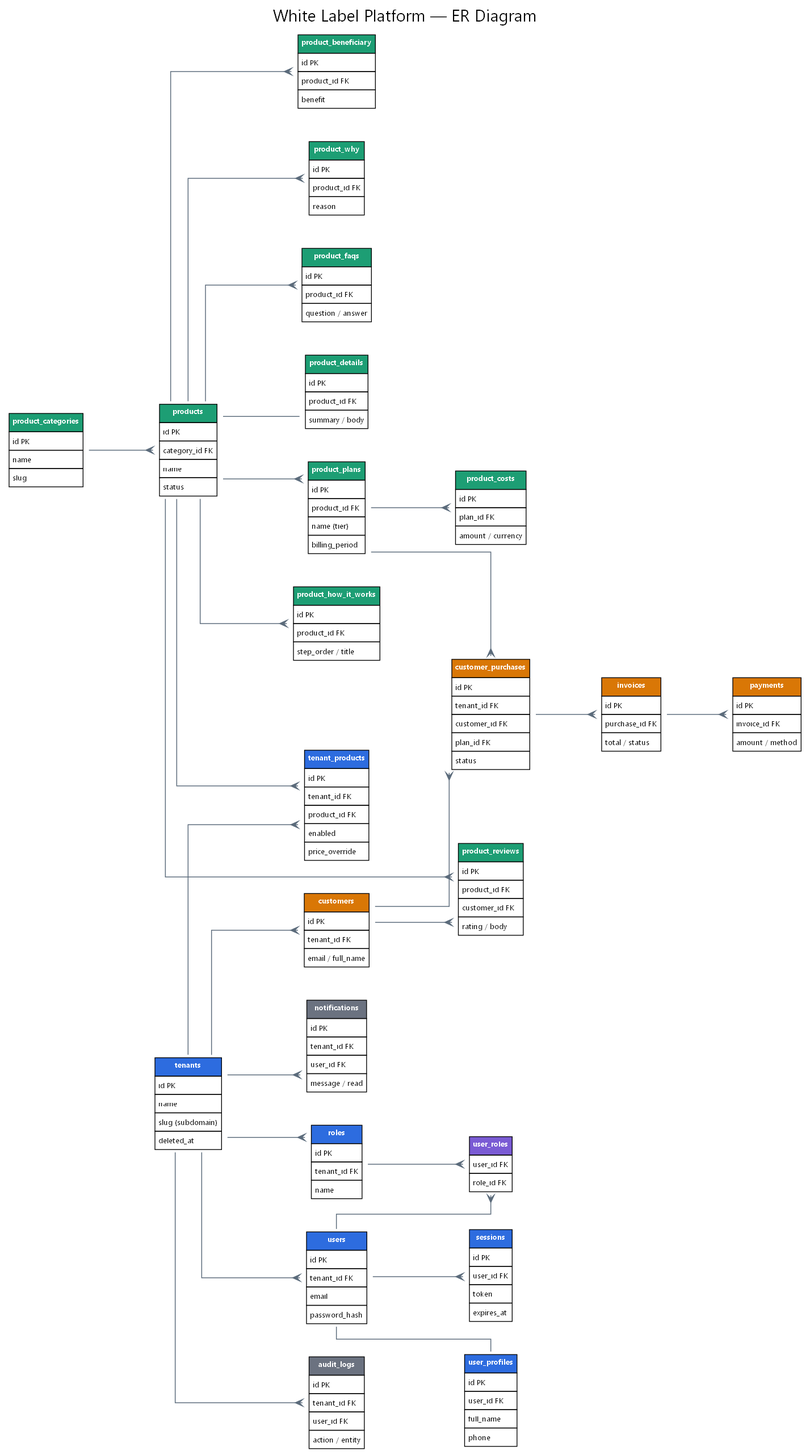
osmanajedrin/white-label-platform keeps this Graphviz diagram as er_diagram.png. Above is the earlier version. Its source is kept beside it as er_diagram.dot. Source of this version:
```dot
digraph ER {
    graph [rankdir=LR, splines=ortho, nodesep=0.5, ranksep=1.1, bgcolor="white", fontname="Segoe UI", label="White Label Platform — ER Diagram", labelloc="t", fontsize=22];
    node  [shape=plaintext, fontname="Segoe UI", fontsize=10];
    edge  [color="#5b6b7b", arrowhead=crow, arrowtail=none, dir=both, penwidth=1.1];

    /* ---------------- ENTITIES ---------------- */
    tenants [label=<
      <table border="0" cellborder="1" cellspacing="0" cellpadding="4" bgcolor="white">
      <tr><td bgcolor="#2d6cdf" align="center"><font color="white"><b>tenants</b></font></td></tr>
      <tr><td align="left">id PK</td></tr>
      <tr><td align="left">name</td></tr>
      <tr><td align="left">slug (subdomain)</td></tr>
      <tr><td align="left">deleted_at</td></tr></table>>];

    tenant_products [label=<
      <table border="0" cellborder="1" cellspacing="0" cellpadding="4" bgcolor="white">
      <tr><td bgcolor="#2d6cdf" align="center"><font color="white"><b>tenant_products</b></font></td></tr>
      <tr><td align="left">id PK</td></tr>
      <tr><td align="left">tenant_id FK</td></tr>
      <tr><td align="left">product_id FK</td></tr>
      <tr><td align="left">enabled</td></tr>
      <tr><td align="left">price_override</td></tr></table>>];

    users [label=<
      <table border="0" cellborder="1" cellspacing="0" cellpadding="4" bgcolor="white">
      <tr><td bgcolor="#2d6cdf" align="center"><font color="white"><b>users</b></font></td></tr>
      <tr><td align="left">id PK</td></tr>
      <tr><td align="left">tenant_id FK</td></tr>
      <tr><td align="left">email</td></tr>
      <tr><td align="left">password_hash</td></tr></table>>];

    user_profiles [label=<
      <table border="0" cellborder="1" cellspacing="0" cellpadding="4" bgcolor="white">
      <tr><td bgcolor="#2d6cdf" align="center"><font color="white"><b>user_profiles</b></font></td></tr>
      <tr><td align="left">id PK</td></tr>
      <tr><td align="left">user_id FK</td></tr>
      <tr><td align="left">full_name</td></tr>
      <tr><td align="left">phone</td></tr></table>>];

    roles [label=<
      <table border="0" cellborder="1" cellspacing="0" cellpadding="4" bgcolor="white">
      <tr><td bgcolor="#2d6cdf" align="center"><font color="white"><b>roles</b></font></td></tr>
      <tr><td align="left">id PK</td></tr>
      <tr><td align="left">tenant_id FK</td></tr>
      <tr><td align="left">name</td></tr></table>>];

    user_roles [label=<
      <table border="0" cellborder="1" cellspacing="0" cellpadding="4" bgcolor="white">
      <tr><td bgcolor="#7a5bd4" align="center"><font color="white"><b>user_roles</b></font></td></tr>
      <tr><td align="left">user_id FK</td></tr>
      <tr><td align="left">role_id FK</td></tr></table>>];

    sessions [label=<
      <table border="0" cellborder="1" cellspacing="0" cellpadding="4" bgcolor="white">
      <tr><td bgcolor="#2d6cdf" align="center"><font color="white"><b>sessions</b></font></td></tr>
      <tr><td align="left">id PK</td></tr>
      <tr><td align="left">user_id FK</td></tr>
      <tr><td align="left">token</td></tr>
      <tr><td align="left">expires_at</td></tr></table>>];

    product_categories [label=<
      <table border="0" cellborder="1" cellspacing="0" cellpadding="4" bgcolor="white">
      <tr><td bgcolor="#1d9e74" align="center"><font color="white"><b>product_categories</b></font></td></tr>
      <tr><td align="left">id PK</td></tr>
      <tr><td align="left">name</td></tr>
      <tr><td align="left">slug</td></tr></table>>];

    products [label=<
      <table border="0" cellborder="1" cellspacing="0" cellpadding="4" bgcolor="white">
      <tr><td bgcolor="#1d9e74" align="center"><font color="white"><b>products</b></font></td></tr>
      <tr><td align="left">id PK</td></tr>
      <tr><td align="left">category_id FK</td></tr>
      <tr><td align="left">name</td></tr>
      <tr><td align="left">status</td></tr></table>>];

    product_details [label=<
      <table border="0" cellborder="1" cellspacing="0" cellpadding="4" bgcolor="white">
      <tr><td bgcolor="#1d9e74" align="center"><font color="white"><b>product_details</b></font></td></tr>
      <tr><td align="left">id PK</td></tr>
      <tr><td align="left">product_id FK</td></tr>
      <tr><td align="left">summary / body</td></tr></table>>];

    product_plans [label=<
      <table border="0" cellborder="1" cellspacing="0" cellpadding="4" bgcolor="white">
      <tr><td bgcolor="#1d9e74" align="center"><font color="white"><b>product_plans</b></font></td></tr>
      <tr><td align="left">id PK</td></tr>
      <tr><td align="left">product_id FK</td></tr>
      <tr><td align="left">name (tier)</td></tr>
      <tr><td align="left">billing_period</td></tr></table>>];

    product_costs [label=<
      <table border="0" cellborder="1" cellspacing="0" cellpadding="4" bgcolor="white">
      <tr><td bgcolor="#1d9e74" align="center"><font color="white"><b>product_costs</b></font></td></tr>
      <tr><td align="left">id PK</td></tr>
      <tr><td align="left">plan_id FK</td></tr>
      <tr><td align="left">amount / currency</td></tr></table>>];

    product_how_it_works [label=<
      <table border="0" cellborder="1" cellspacing="0" cellpadding="4" bgcolor="white">
      <tr><td bgcolor="#1d9e74" align="center"><font color="white"><b>product_how_it_works</b></font></td></tr>
      <tr><td align="left">id PK</td></tr>
      <tr><td align="left">product_id FK</td></tr>
      <tr><td align="left">step_order / title</td></tr></table>>];

    product_beneficiary [label=<
      <table border="0" cellborder="1" cellspacing="0" cellpadding="4" bgcolor="white">
      <tr><td bgcolor="#1d9e74" align="center"><font color="white"><b>product_beneficiary</b></font></td></tr>
      <tr><td align="left">id PK</td></tr>
      <tr><td align="left">product_id FK</td></tr>
      <tr><td align="left">benefit</td></tr></table>>];

    product_why [label=<
      <table border="0" cellborder="1" cellspacing="0" cellpadding="4" bgcolor="white">
      <tr><td bgcolor="#1d9e74" align="center"><font color="white"><b>product_why</b></font></td></tr>
      <tr><td align="left">id PK</td></tr>
      <tr><td align="left">product_id FK</td></tr>
      <tr><td align="left">reason</td></tr></table>>];

    product_reviews [label=<
      <table border="0" cellborder="1" cellspacing="0" cellpadding="4" bgcolor="white">
      <tr><td bgcolor="#1d9e74" align="center"><font color="white"><b>product_reviews</b></font></td></tr>
      <tr><td align="left">id PK</td></tr>
      <tr><td align="left">product_id FK</td></tr>
      <tr><td align="left">customer_id FK</td></tr>
      <tr><td align="left">rating / body</td></tr></table>>];

    product_faqs [label=<
      <table border="0" cellborder="1" cellspacing="0" cellpadding="4" bgcolor="white">
      <tr><td bgcolor="#1d9e74" align="center"><font color="white"><b>product_faqs</b></font></td></tr>
      <tr><td align="left">id PK</td></tr>
      <tr><td align="left">product_id FK</td></tr>
      <tr><td align="left">question / answer</td></tr></table>>];

    customers [label=<
      <table border="0" cellborder="1" cellspacing="0" cellpadding="4" bgcolor="white">
      <tr><td bgcolor="#d97706" align="center"><font color="white"><b>customers</b></font></td></tr>
      <tr><td align="left">id PK</td></tr>
      <tr><td align="left">tenant_id FK</td></tr>
      <tr><td align="left">email / full_name</td></tr></table>>];

    customer_purchases [label=<
      <table border="0" cellborder="1" cellspacing="0" cellpadding="4" bgcolor="white">
      <tr><td bgcolor="#d97706" align="center"><font color="white"><b>customer_purchases</b></font></td></tr>
      <tr><td align="left">id PK</td></tr>
      <tr><td align="left">tenant_id FK</td></tr>
      <tr><td align="left">customer_id FK</td></tr>
      <tr><td align="left">plan_id FK</td></tr>
      <tr><td align="left">status</td></tr></table>>];

    invoices [label=<
      <table border="0" cellborder="1" cellspacing="0" cellpadding="4" bgcolor="white">
      <tr><td bgcolor="#d97706" align="center"><font color="white"><b>invoices</b></font></td></tr>
      <tr><td align="left">id PK</td></tr>
      <tr><td align="left">purchase_id FK</td></tr>
      <tr><td align="left">total / status</td></tr></table>>];

    payments [label=<
      <table border="0" cellborder="1" cellspacing="0" cellpadding="4" bgcolor="white">
      <tr><td bgcolor="#d97706" align="center"><font color="white"><b>payments</b></font></td></tr>
      <tr><td align="left">id PK</td></tr>
      <tr><td align="left">invoice_id FK</td></tr>
      <tr><td align="left">amount / method</td></tr></table>>];

    audit_logs [label=<
      <table border="0" cellborder="1" cellspacing="0" cellpadding="4" bgcolor="white">
      <tr><td bgcolor="#6b7280" align="center"><font color="white"><b>audit_logs</b></font></td></tr>
      <tr><td align="left">id PK</td></tr>
      <tr><td align="left">tenant_id FK</td></tr>
      <tr><td align="left">user_id FK</td></tr>
      <tr><td align="left">action / entity</td></tr></table>>];

    notifications [label=<
      <table border="0" cellborder="1" cellspacing="0" cellpadding="4" bgcolor="white">
      <tr><td bgcolor="#6b7280" align="center"><font color="white"><b>notifications</b></font></td></tr>
      <tr><td align="left">id PK</td></tr>
      <tr><td align="left">tenant_id FK</td></tr>
      <tr><td align="left">user_id FK</td></tr>
      <tr><td align="left">message / read</td></tr></table>>];

    /* ---------------- RELATIONSHIPS (crow's foot = many) ---------------- */
    tenants -> users [arrowhead=crow];
    tenants -> customers [arrowhead=crow];
    tenants -> tenant_products [arrowhead=crow];
    tenants -> roles [arrowhead=crow];
    tenants -> audit_logs [arrowhead=crow];
    tenants -> notifications [arrowhead=crow];

    users -> user_profiles [arrowhead=none];
    users -> sessions [arrowhead=crow];
    users -> user_roles [arrowhead=crow];
    roles -> user_roles [arrowhead=crow];

    product_categories -> products [arrowhead=crow];
    products -> product_details [arrowhead=none];
    products -> product_plans [arrowhead=crow];
    products -> product_how_it_works [arrowhead=crow];
    products -> product_beneficiary [arrowhead=crow];
    products -> product_why [arrowhead=crow];
    products -> product_reviews [arrowhead=crow];
    products -> product_faqs [arrowhead=crow];
    products -> tenant_products [arrowhead=crow];
    product_plans -> product_costs [arrowhead=crow];

    customers -> customer_purchases [arrowhead=crow];
    product_plans -> customer_purchases [arrowhead=crow];
    customers -> product_reviews [arrowhead=crow];
    customer_purchases -> invoices [arrowhead=crow];
    invoices -> payments [arrowhead=crow];
}
```
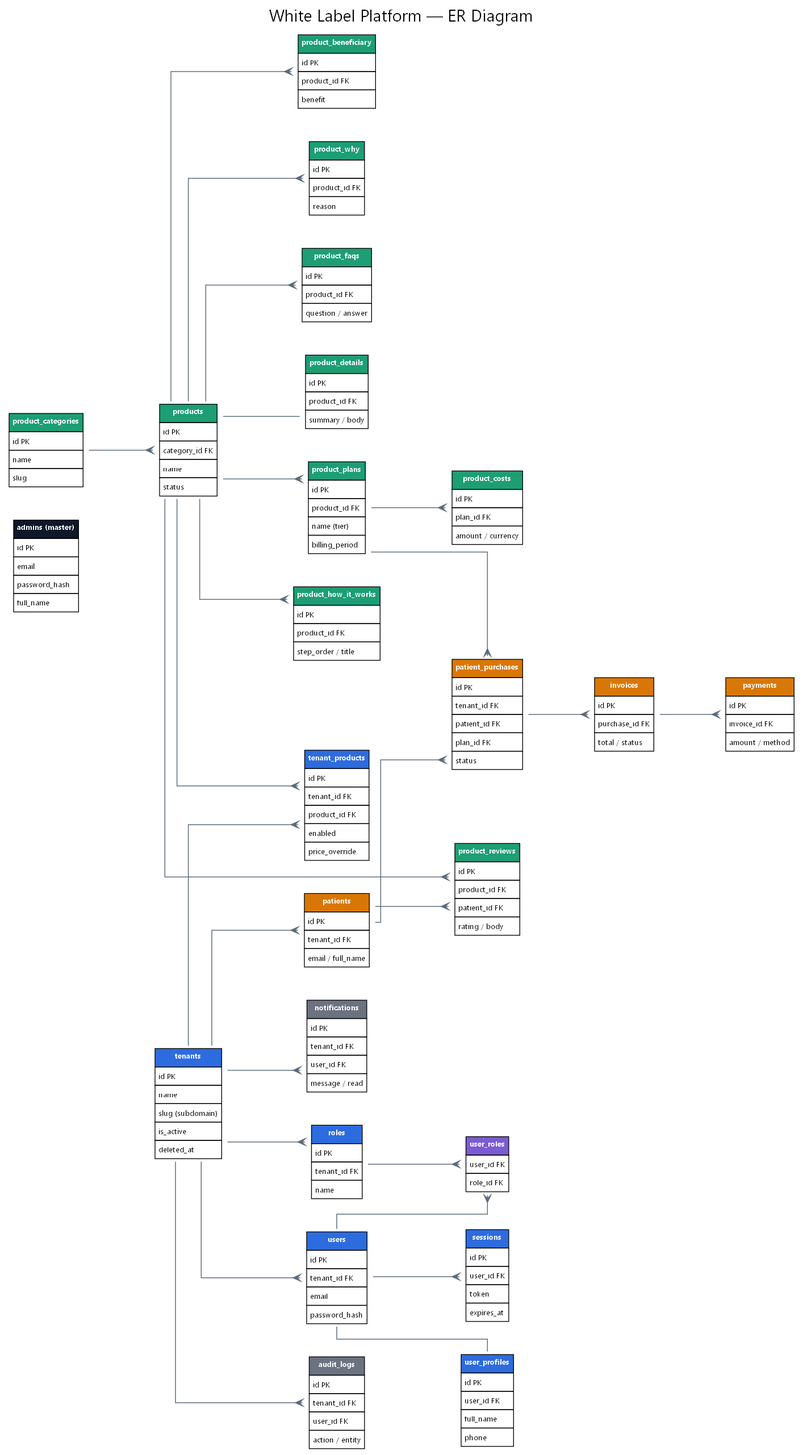
Above is the later version.

Diff of the diagram source:
```diff
@@ -4,12 +4,21 @@
     edge  [color="#5b6b7b", arrowhead=crow, arrowtail=none, dir=both, penwidth=1.1];
 
     /* ---------------- ENTITIES ---------------- */
+    admins [label=<
+      <table border="0" cellborder="1" cellspacing="0" cellpadding="4" bgcolor="white">
+      <tr><td bgcolor="#0f172a" align="center"><font color="white"><b>admins (master)</b></font></td></tr>
+      <tr><td align="left">id PK</td></tr>
+      <tr><td align="left">email</td></tr>
+      <tr><td align="left">password_hash</td></tr>
+      <tr><td align="left">full_name</td></tr></table>>];
+
     tenants [label=<
       <table border="0" cellborder="1" cellspacing="0" cellpadding="4" bgcolor="white">
       <tr><td bgcolor="#2d6cdf" align="center"><font color="white"><b>tenants</b></font></td></tr>
       <tr><td align="left">id PK</td></tr>
       <tr><td align="left">name</td></tr>
       <tr><td align="left">slug (subdomain)</td></tr>
+      <tr><td align="left">is_active</td></tr>
       <tr><td align="left">deleted_at</td></tr></table>>];
 
     tenant_products [label=<
@@ -121,7 +130,7 @@
       <tr><td bgcolor="#1d9e74" align="center"><font color="white"><b>product_reviews</b></font></td></tr>
       <tr><td align="left">id PK</td></tr>
       <tr><td align="left">product_id FK</td></tr>
-      <tr><td align="left">customer_id FK</td></tr>
+      <tr><td align="left">patient_id FK</td></tr>
       <tr><td align="left">rating / body</td></tr></table>>];
 
     product_faqs [label=<
@@ -131,19 +140,19 @@
       <tr><td align="left">product_id FK</td></tr>
       <tr><td align="left">question / answer</td></tr></table>>];
 
-    customers [label=<
+    patients [label=<
       <table border="0" cellborder="1" cellspacing="0" cellpadding="4" bgcolor="white">
-      <tr><td bgcolor="#d97706" align="center"><font color="white"><b>customers</b></font></td></tr>
+      <tr><td bgcolor="#d97706" align="center"><font color="white"><b>patients</b></font></td></tr>
       <tr><td align="left">id PK</td></tr>
       <tr><td align="left">tenant_id FK</td></tr>
       <tr><td align="left">email / full_name</td></tr></table>>];
 
-    customer_purchases [label=<
+    patient_purchases [label=<
       <table border="0" cellborder="1" cellspacing="0" cellpadding="4" bgcolor="white">
-      <tr><td bgcolor="#d97706" align="center"><font color="white"><b>customer_purchases</b></font></td></tr>
+      <tr><td bgcolor="#d97706" align="center"><font color="white"><b>patient_purchases</b></font></td></tr>
       <tr><td align="left">id PK</td></tr>
       <tr><td align="left">tenant_id FK</td></tr>
-      <tr><td align="left">customer_id FK</td></tr>
+      <tr><td align="left">patient_id FK</td></tr>
       <tr><td align="left">plan_id FK</td></tr>
       <tr><td align="left">status</td></tr></table>>];
 
@@ -179,7 +188,7 @@
 
     /* ---------------- RELATIONSHIPS (crow's foot = many) ---------------- */
     tenants -> users [arrowhead=crow];
-    tenants -> customers [arrowhead=crow];
+    tenants -> patients [arrowhead=crow];
     tenants -> tenant_products [arrowhead=crow];
     tenants -> roles [arrowhead=crow];
     tenants -> audit_logs [arrowhead=crow];
@@ -201,9 +210,9 @@
     products -> tenant_products [arrowhead=crow];
     product_plans -> product_costs [arrowhead=crow];
 
-    customers -> customer_purchases [arrowhead=crow];
-    product_plans -> customer_purchases [arrowhead=crow];
-    customers -> product_reviews [arrowhead=crow];
-    customer_purchases -> invoices [arrowhead=crow];
+    patients -> patient_purchases [arrowhead=crow];
+    product_plans -> patient_purchases [arrowhead=crow];
+    patients -> product_reviews [arrowhead=crow];
+    patient_purchases -> invoices [arrowhead=crow];
     invoices -> payments [arrowhead=crow];
 }
```
